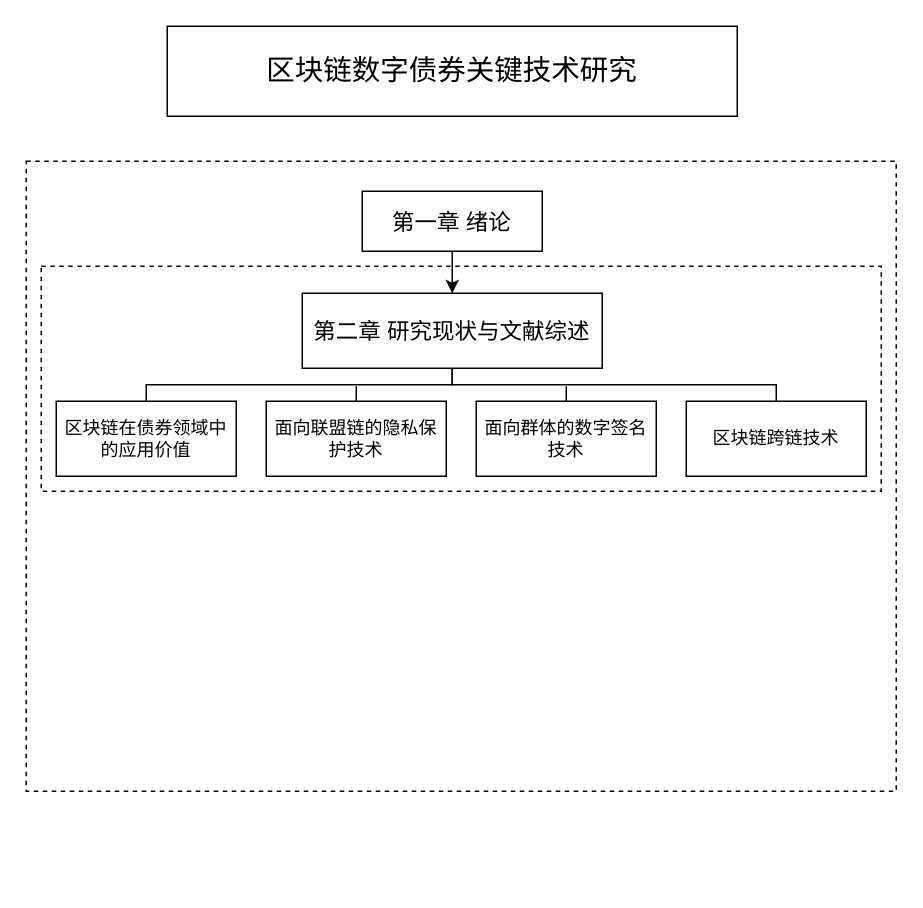
Earlier version of the draw.io diagram page "报告组织结构" (2 of 2) of 未命名绘图.drawio (ldwaiwai/learn-chaincode). Source tidied: cells renumbered, new cells numbered last; positions are measured from the earlier drawing's top-left corner, leaving out a move shared by most shapes. Both pictures are drawn from the tidied source at 150%, with x=0, y=0 at pixel (26, 26).
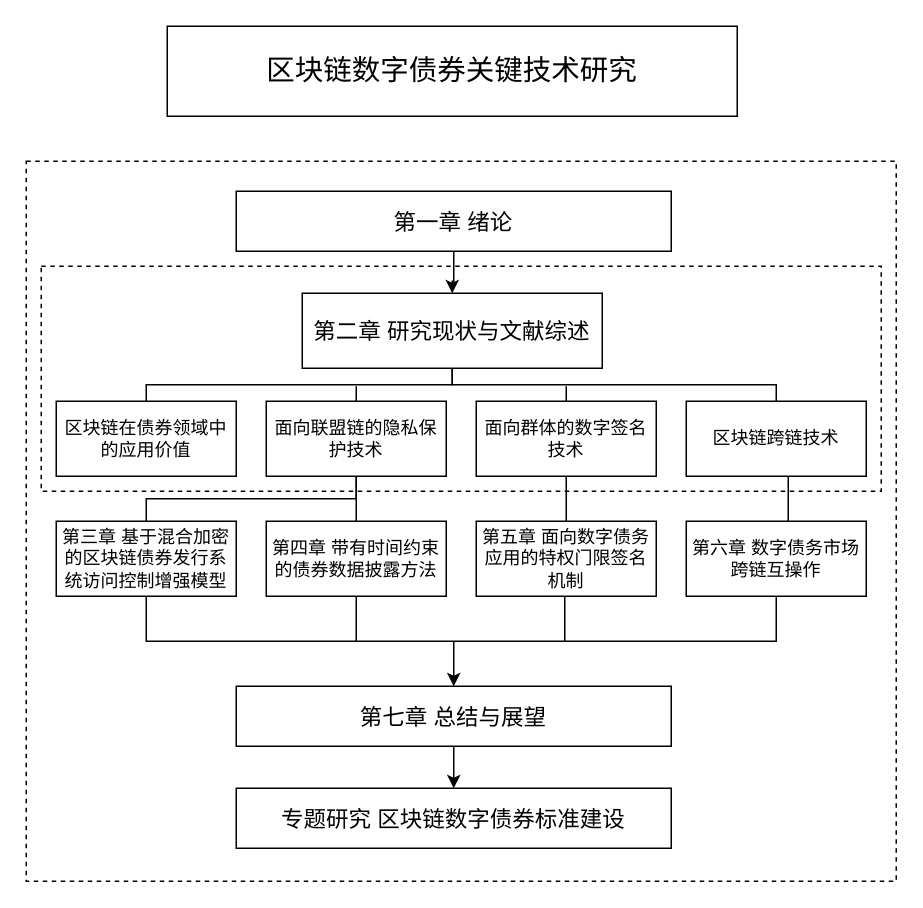
The same diagram, later.

Commit message:
更新未命名绘图.drawio

Unchanged cells that the change refers to:
```xml
<mxCell id="9" value="面向联盟链的隐私保护技术" style="rounded=0;whiteSpace=wrap;html=1;" parent="1" vertex="1">
  <mxGeometry x="160" y="250" width="120" height="50" as="geometry" />
</mxCell>
<mxCell id="10" value="面向群体的数字签名技术" style="rounded=0;whiteSpace=wrap;html=1;" parent="1" vertex="1">
  <mxGeometry x="300" y="250" width="120" height="50" as="geometry" />
</mxCell>
```

The edit, as a diff of the source:
```diff
@@
     <mxCell id="3" style="rounded=0;whiteSpace=wrap;html=1;dashed=1;fillColor=none;" parent="1" vertex="1">
-      <mxGeometry y="90" width="580" height="420" as="geometry" />
+      <mxGeometry y="90" width="580" height="480" as="geometry" />
     </mxCell>
@@
     <mxCell id="5" value="第一章 绪论" style="rounded=0;whiteSpace=wrap;html=1;fontSize=15;" parent="1" vertex="1">
-      <mxGeometry x="224" y="110" width="120" height="40" as="geometry" />
+      <mxGeometry x="140" y="110" width="290" height="40" as="geometry" />
     </mxCell>
@@
+    <mxCell id="16" value="第三章 基于混合加密的区块链债券发行系统访问控制增强模型" style="rounded=0;whiteSpace=wrap;html=1;" parent="1" vertex="1">
+      <mxGeometry x="20" y="330" width="120" height="50" as="geometry" />
+    </mxCell>
+    <mxCell id="17" value="第四章 带有时间约束的债券数据披露方法" style="rounded=0;whiteSpace=wrap;html=1;" parent="1" vertex="1">
+      <mxGeometry x="160" y="330" width="120" height="50" as="geometry" />
+    </mxCell>
+    <mxCell id="18" value="第五章 面向数字债务应用的特权门限签名机制" style="rounded=0;whiteSpace=wrap;html=1;" parent="1" vertex="1">
+      <mxGeometry x="300" y="330" width="120" height="50" as="geometry" />
+    </mxCell>
+    <mxCell id="19" value="第六章 数字债务市场跨链互操作" style="rounded=0;whiteSpace=wrap;html=1;" parent="1" vertex="1">
+      <mxGeometry x="440" y="330" width="120" height="50" as="geometry" />
+    </mxCell>
+    <mxCell id="20" style="endArrow=none;html=1;rounded=0;entryX=0.5;entryY=0;entryDx=0;entryDy=0;exitX=0.5;exitY=1;exitDx=0;exitDy=0;edgeStyle=orthogonalEdgeStyle;" parent="1" edge="1" source="9" target="16">
+      <mxGeometry relative="1" as="geometry" />
+    </mxCell>
+    <mxCell id="21" style="endArrow=none;html=1;rounded=0;exitX=0.5;exitY=0;exitDx=0;exitDy=0;" parent="1" edge="1" source="17">
+      <mxGeometry relative="1" as="geometry">
+        <mxPoint x="220" y="300" as="targetPoint" />
+      </mxGeometry>
+    </mxCell>
+    <mxCell id="22" style="endArrow=none;html=1;rounded=0;entryX=0.5;entryY=1;entryDx=0;entryDy=0;exitX=0.5;exitY=0;exitDx=0;exitDy=0;" parent="1" edge="1" source="18" target="10">
+      <mxGeometry relative="1" as="geometry" />
+    </mxCell>
+    <mxCell id="23" style="endArrow=none;html=1;rounded=0;entryX=0.5;entryY=1;entryDx=0;entryDy=0;exitX=0.5;exitY=0;exitDx=0;exitDy=0;" parent="1" edge="1">
+      <mxGeometry relative="1" as="geometry">
+        <mxPoint x="508" y="330" as="sourcePoint" />
+        <mxPoint x="508" y="300" as="targetPoint" />
+      </mxGeometry>
+    </mxCell>
+    <mxCell id="24" style="endArrow=none;html=1;rounded=0;entryX=0.5;entryY=1;entryDx=0;entryDy=0;exitX=0.5;exitY=1;exitDx=0;exitDy=0;edgeStyle=orthogonalEdgeStyle;" parent="1" edge="1" source="19" target="16">
+      <mxGeometry relative="1" as="geometry">
+        <Array as="points">
+          <mxPoint x="500" y="410" />
+          <mxPoint x="80" y="410" />
+        </Array>
+      </mxGeometry>
+    </mxCell>
+    <mxCell id="25" value="第七章 总结与展望" style="rounded=0;whiteSpace=wrap;html=1;fontSize=15;" parent="1" vertex="1">
+      <mxGeometry x="140" y="440" width="290" height="40" as="geometry" />
+    </mxCell>
+    <mxCell id="26" style="endArrow=classic;html=1;rounded=0;" parent="1" edge="1" target="25">
+      <mxGeometry relative="1" as="geometry">
+        <mxPoint x="285" y="410" as="sourcePoint" />
+      </mxGeometry>
+    </mxCell>
+    <mxCell id="27" value="专题研究&amp;nbsp;区块链数字债券标准建设" style="rounded=0;whiteSpace=wrap;html=1;fontSize=15;" parent="1" vertex="1">
+      <mxGeometry x="140" y="508" width="290" height="40" as="geometry" />
+    </mxCell>
+    <mxCell id="28" style="endArrow=classic;html=1;rounded=0;exitX=0.5;exitY=1;exitDx=0;exitDy=0;entryX=0.5;entryY=0;entryDx=0;entryDy=0;" parent="1" edge="1" source="25" target="27">
+      <mxGeometry relative="1" as="geometry" />
+    </mxCell>
+    <mxCell id="29" style="endArrow=none;html=1;rounded=0;exitX=0.5;exitY=1;exitDx=0;exitDy=0;" parent="1" edge="1" source="17">
+      <mxGeometry relative="1" as="geometry">
+        <mxPoint x="220" y="410" as="targetPoint" />
+      </mxGeometry>
+    </mxCell>
+    <mxCell id="30" style="endArrow=none;html=1;rounded=0;exitX=0.5;exitY=1;exitDx=0;exitDy=0;" parent="1" edge="1">
+      <mxGeometry relative="1" as="geometry">
+        <mxPoint x="359" y="380" as="sourcePoint" />
+        <mxPoint x="359" y="410" as="targetPoint" />
+      </mxGeometry>
+    </mxCell>
```
